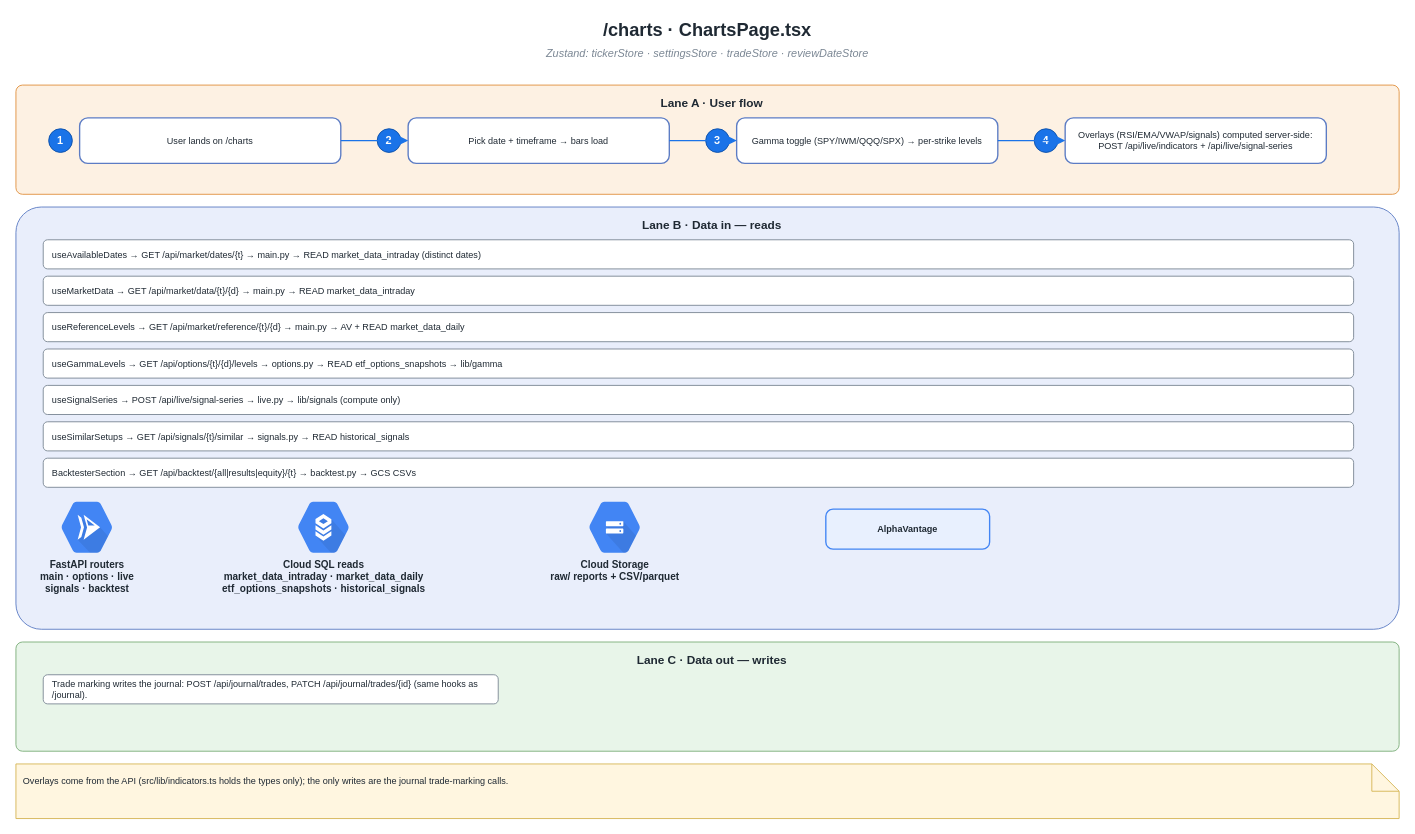
TeneikaAskew/solyra keeps this draw.io diagram as page "5 · Charts" (6 of 15) of Frontend-icons.drawio. Above is the earlier version. Source tidied: cells renumbered, new cells numbered last; positions are measured from the earlier drawing's top-left corner, leaving out a move shared by most shapes. Both pictures are drawn from the tidied source at 91%, with x=0, y=0 at pixel (15, 15).
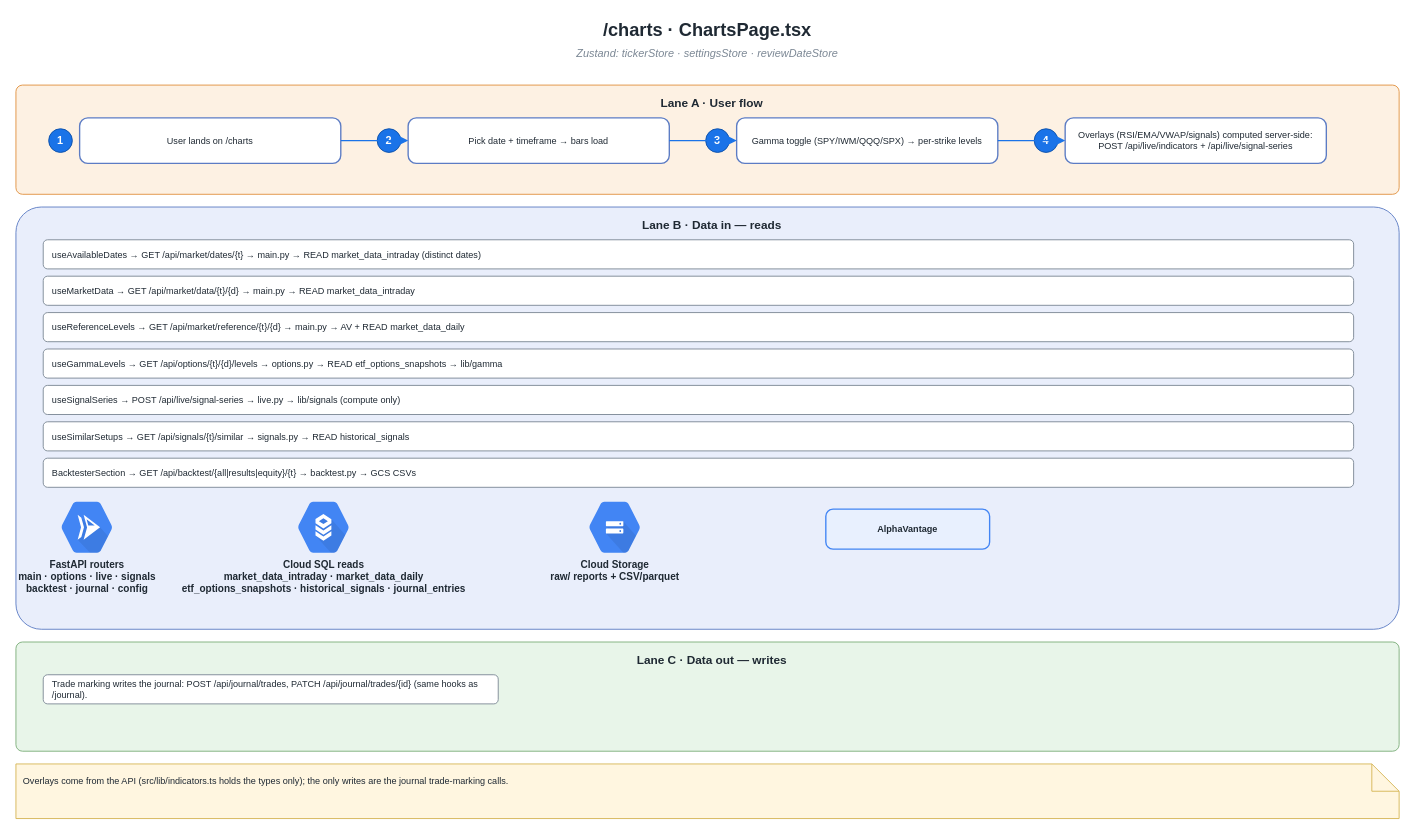
The same page after the edit.

Commit message (it also covers changes not shown here):
docs: correct the frontend diagrams' shell, store and data-source cells

What changed in the source:
```diff
@@
-    <mxCell id="3" value="Zustand: tickerStore · settingsStore · tradeStore · reviewDateStore" style="text;html=1;strokeColor=none;fillColor=none;align=center;verticalAlign=middle;whiteSpace=wrap;rounded=0;fontSize=12;fontStyle=2;fontColor=#7b8794;" parent="1" vertex="1">
+    <mxCell id="3" value="Zustand: tickerStore · settingsStore · reviewDateStore" style="text;html=1;strokeColor=none;fillColor=none;align=center;verticalAlign=middle;whiteSpace=wrap;rounded=0;fontSize=12;fontStyle=2;fontColor=#7b8794;" parent="1" vertex="1">
       <mxGeometry y="32" width="1520" height="20" as="geometry" />
     </mxCell>
@@
-    <mxCell id="24" value="FastAPI routers&#10;main · options · live&#10;signals · backtest" style="sketch=0;html=1;strokeColor=none;shadow=0;fillColor=#4285F4;verticalLabelPosition=bottom;verticalAlign=top;labelPosition=center;align=center;fontSize=11;fontStyle=1;fontColor=#1f2933;shape=mxgraph.gcp2.cloud_run;" parent="1" vertex="1">
+    <mxCell id="24" value="FastAPI routers&#10;main · options · live · signals&#10;backtest · journal · config" style="sketch=0;html=1;strokeColor=none;shadow=0;fillColor=#4285F4;verticalLabelPosition=bottom;verticalAlign=top;labelPosition=center;align=center;fontSize=11;fontStyle=1;fontColor=#1f2933;shape=mxgraph.gcp2.cloud_run;" parent="1" vertex="1">
       <mxGeometry x="50" y="534" width="56" height="56" as="geometry" />
     </mxCell>
-    <mxCell id="25" value="Cloud SQL reads&#10;market_data_intraday · market_data_daily&#10;etf_options_snapshots · historical_signals" style="sketch=0;html=1;strokeColor=none;shadow=0;fillColor=#4285F4;verticalLabelPosition=bottom;verticalAlign=top;labelPosition=center;align=center;fontSize=11;fontStyle=1;fontColor=#1f2933;shape=mxgraph.gcp2.cloud_sql;" parent="1" vertex="1">
+    <mxCell id="25" value="Cloud SQL reads&#10;market_data_intraday · market_data_daily&#10;etf_options_snapshots · historical_signals · journal_entries" style="sketch=0;html=1;strokeColor=none;shadow=0;fillColor=#4285F4;verticalLabelPosition=bottom;verticalAlign=top;labelPosition=center;align=center;fontSize=11;fontStyle=1;fontColor=#1f2933;shape=mxgraph.gcp2.cloud_sql;" parent="1" vertex="1">
       <mxGeometry x="310" y="534" width="56" height="56" as="geometry" />
     </mxCell>
```
